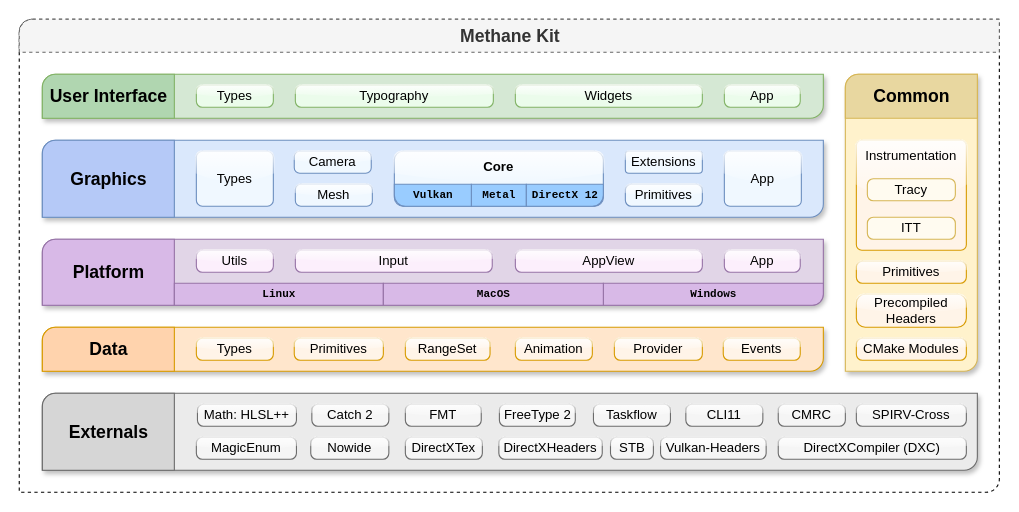
Above: Docs/Diagrams/MethaneKit_HighLevel_Architecture.drawio in MethanePowered/MethaneKit (draw.io), before the change. Source tidied: cells renumbered, new cells numbered last; positions are measured from the earlier drawing's top-left corner, leaving out a move shared by most shapes. Both pictures are drawn from the tidied source at 110%, with x=0, y=0 at pixel (19, 19).
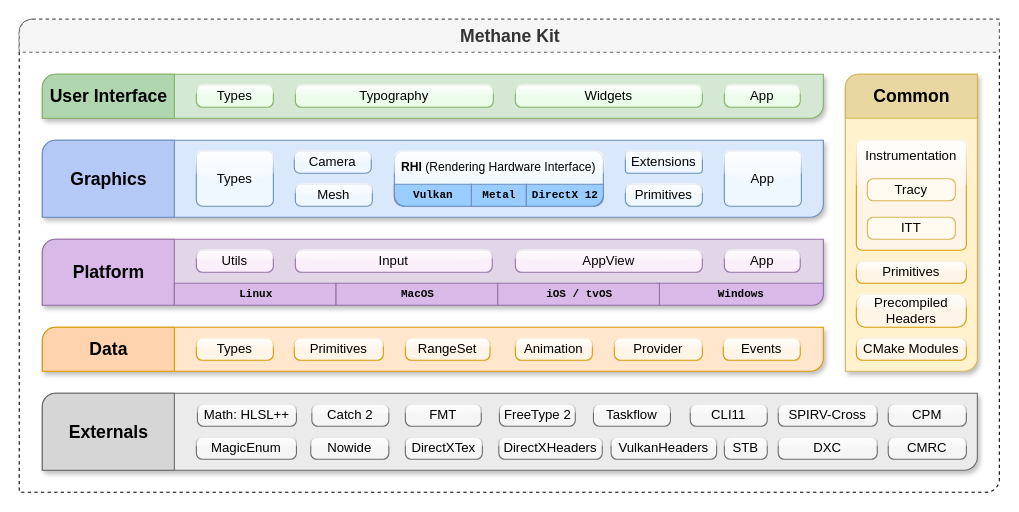
After the change.

Unchanged cells that the change refers to:
```xml
<mxCell id="47" value="Taskflow" style="rounded=1;whiteSpace=wrap;html=1;arcSize=27;glass=1;shadow=0;fillColor=#F5F5F5;strokeColor=#6B6B6B;" parent="1" vertex="1">
  <mxGeometry x="522" y="350" width="70" height="20" as="geometry" />
</mxCell>
<mxCell id="56" style="group;" parent="1" vertex="1">
  <mxGeometry x="341" y="120" width="190" height="50" as="geometry" />
</mxCell>
```

The edit, as a diff of the source:
```diff
@@
     <mxCell id="41" value="CLI11" style="rounded=1;whiteSpace=wrap;html=1;arcSize=27;glass=1;shadow=0;fillColor=#F5F5F5;strokeColor=#6B6B6B;" parent="1" vertex="1">
-      <mxGeometry x="606" y="350" width="70" height="20" as="geometry" />
+      <mxGeometry x="610" y="350" width="70" height="20" as="geometry" />
     </mxCell>
@@
-    <mxCell id="43" value="DirectXCompiler (DXC)" style="rounded=1;whiteSpace=wrap;html=1;arcSize=27;glass=1;shadow=0;fillColor=#F5F5F5;strokeColor=#6B6B6B;fontSize=12;" parent="1" vertex="1">
-      <mxGeometry x="690" y="380" width="171" height="20" as="geometry" />
+    <mxCell id="43" value="DXC" style="rounded=1;whiteSpace=wrap;html=1;arcSize=27;glass=1;shadow=0;fillColor=#F5F5F5;strokeColor=#6B6B6B;fontSize=12;" parent="1" vertex="1">
+      <mxGeometry x="690" y="380" width="90" height="20" as="geometry" />
     </mxCell>
@@
     <mxCell id="45" value="CMRC" style="rounded=1;whiteSpace=wrap;html=1;arcSize=27;glass=1;shadow=0;fillColor=#F5F5F5;strokeColor=#6B6B6B;" parent="1" vertex="1">
-      <mxGeometry x="690" y="350" width="61" height="20" as="geometry" />
+      <mxGeometry x="790" y="380" width="71" height="20" as="geometry" />
     </mxCell>
@@
     <mxCell id="48" value="SPIRV-Cross" style="rounded=1;whiteSpace=wrap;html=1;arcSize=27;glass=1;shadow=0;fillColor=#F5F5F5;strokeColor=#6B6B6B;fontSize=12;" parent="1" vertex="1">
-      <mxGeometry x="761" y="350" width="100" height="20" as="geometry" />
+      <mxGeometry x="690" y="350" width="90" height="20" as="geometry" />
     </mxCell>
     <mxCell id="49" value="STB" style="rounded=1;whiteSpace=wrap;html=1;arcSize=27;glass=1;shadow=0;fillColor=#F5F5F5;strokeColor=#6B6B6B;" parent="1" vertex="1">
-      <mxGeometry x="537.5" y="380" width="39" height="20" as="geometry" />
+      <mxGeometry x="641" y="380" width="39" height="20" as="geometry" />
     </mxCell>
@@
-    <mxCell id="51" value="Vulkan-Headers&lt;br&gt;" style="rounded=1;whiteSpace=wrap;html=1;arcSize=27;glass=1;shadow=0;fillColor=#F5F5F5;strokeColor=#6B6B6B;" parent="1" vertex="1">
-      <mxGeometry x="583" y="380" width="96" height="20" as="geometry" />
+    <mxCell id="51" value="VulkanHeaders" style="rounded=1;whiteSpace=wrap;html=1;arcSize=27;glass=1;shadow=0;fillColor=#F5F5F5;strokeColor=#6B6B6B;" parent="1" vertex="1">
+      <mxGeometry x="538" y="380" width="96" height="20" as="geometry" />
     </mxCell>
@@
     <mxCell id="53" value="Windows" style="verticalLabelPosition=middle;verticalAlign=middle;html=1;shape=mxgraph.basic.corner_round_rect;dx=6;strokeColor=#9673a6;align=center;labelPosition=center;fontSize=10;fontStyle=1;flipH=1;flipV=1;fontFamily=Courier New;fillColor=#D8B9E7;" parent="1" vertex="1">
-      <mxGeometry x="531" y="240" width="200" height="20" as="geometry" />
+      <mxGeometry x="580" y="240" width="151" height="20" as="geometry" />
     </mxCell>
     <mxCell id="54" value="Linux" style="verticalLabelPosition=middle;verticalAlign=middle;html=1;shape=mxgraph.basic.corner_round_rect;dx=0;strokeColor=#9673a6;align=center;labelPosition=center;fontSize=10;fontStyle=1;flipH=1;flipV=1;fontFamily=Courier New;fillColor=#D8B9E7;labelBackgroundColor=none;" parent="1" vertex="1">
-      <mxGeometry x="141" y="240" width="190" height="20" as="geometry" />
+      <mxGeometry x="141" y="240" width="147" height="20" as="geometry" />
     </mxCell>
     <mxCell id="55" value="&lt;font style=&quot;font-size: 10px;&quot;&gt;MacOS&lt;/font&gt;" style="verticalLabelPosition=middle;verticalAlign=middle;html=1;shape=mxgraph.basic.corner_round_rect;dx=0;strokeColor=#9673a6;align=center;labelPosition=center;fontSize=10;fontStyle=1;flipH=1;flipV=1;fontFamily=Courier New;fillColor=#D8B9E7;" parent="1" vertex="1">
-      <mxGeometry x="331" y="240" width="200" height="20" as="geometry" />
+      <mxGeometry x="288" y="240" width="147" height="20" as="geometry" />
     </mxCell>
@@
-    <mxCell id="57" value="Core" style="rounded=1;whiteSpace=wrap;html=1;strokeColor=#6c8ebf;arcSize=16;fillColor=#F0F8FF;shadow=0;glass=1;perimeterSpacing=0;strokeWidth=1;verticalAlign=top;sketch=0;fontStyle=1;" parent="56" vertex="1">
+    <mxCell id="57" value="&lt;font style=&quot;font-size: 11px;&quot;&gt;RHI&lt;span style=&quot;font-weight: normal;&quot;&gt;&amp;nbsp;(Rendering Hardware Interface)&lt;/span&gt;&lt;/font&gt;" style="rounded=1;whiteSpace=wrap;html=1;strokeColor=#6c8ebf;arcSize=16;fillColor=#F0F8FF;shadow=0;glass=1;perimeterSpacing=0;strokeWidth=1;verticalAlign=top;sketch=0;fontStyle=1;" parent="56" vertex="1">
       <mxGeometry width="190" height="50" as="geometry" />
     </mxCell>
@@
+    <mxCell id="65" value="CPM" style="rounded=1;whiteSpace=wrap;html=1;arcSize=27;glass=1;shadow=0;fillColor=#F5F5F5;strokeColor=#6B6B6B;" parent="1" vertex="1">
+      <mxGeometry x="790" y="350" width="71" height="20" as="geometry" />
+    </mxCell>
+    <mxCell id="66" value="&lt;font style=&quot;font-size: 10px;&quot;&gt;iOS / tvOS&lt;/font&gt;" style="verticalLabelPosition=middle;verticalAlign=middle;html=1;shape=mxgraph.basic.corner_round_rect;dx=0;strokeColor=#9673a6;align=center;labelPosition=center;fontSize=10;fontStyle=1;flipH=1;flipV=1;fontFamily=Courier New;fillColor=#D8B9E7;" parent="1" vertex="1">
+      <mxGeometry x="435" y="240" width="147" height="20" as="geometry" />
+    </mxCell>
+    <mxCell id="67" style="edgeStyle=orthogonalEdgeStyle;rounded=0;orthogonalLoop=1;jettySize=auto;html=1;exitX=0.5;exitY=1;exitDx=0;exitDy=0;fontSize=11;" parent="1" edge="1" source="47" target="47">
+      <mxGeometry relative="1" as="geometry" />
+    </mxCell>
```
